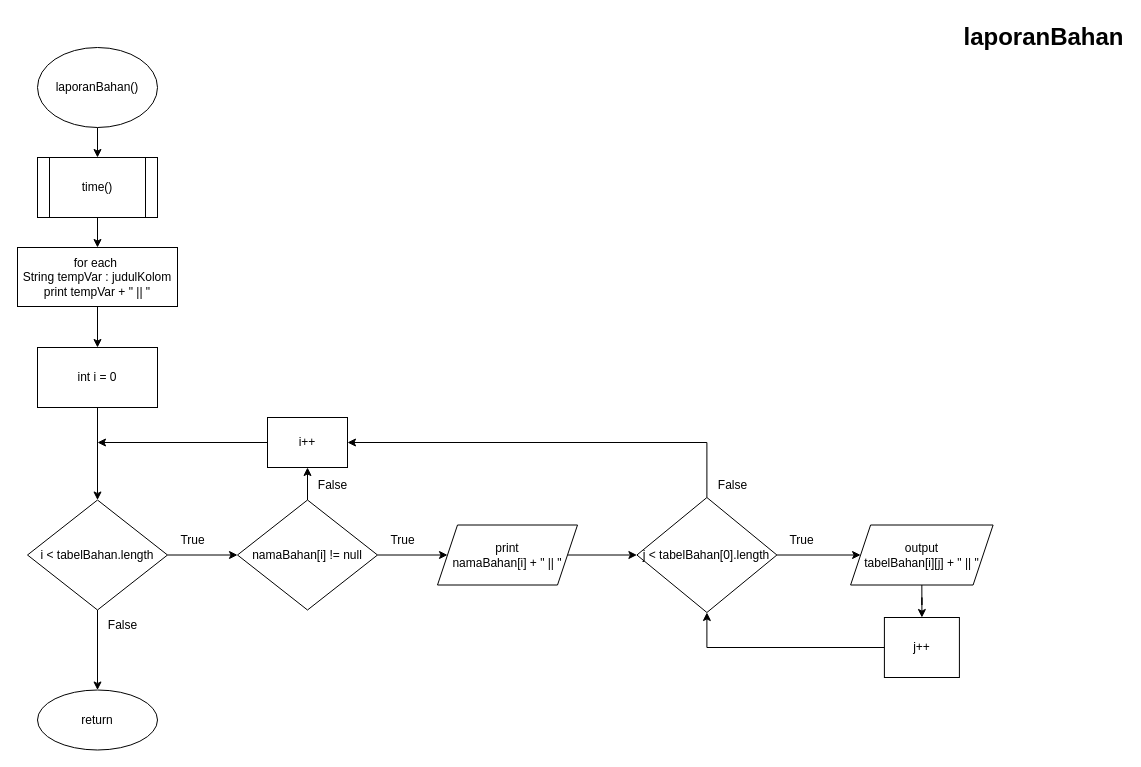
Before: page "laporanBahan" (10 of 10) of Tugas Akhir/Flowchart.drawio in nhaidaar/daspro, a draw.io diagram. Source tidied: cells renumbered, new cells numbered last; positions are measured from the earlier drawing's top-left corner, leaving out a move shared by most shapes. Both pictures are drawn from the tidied source at 100%, with x=0, y=0 at pixel (17, 17).
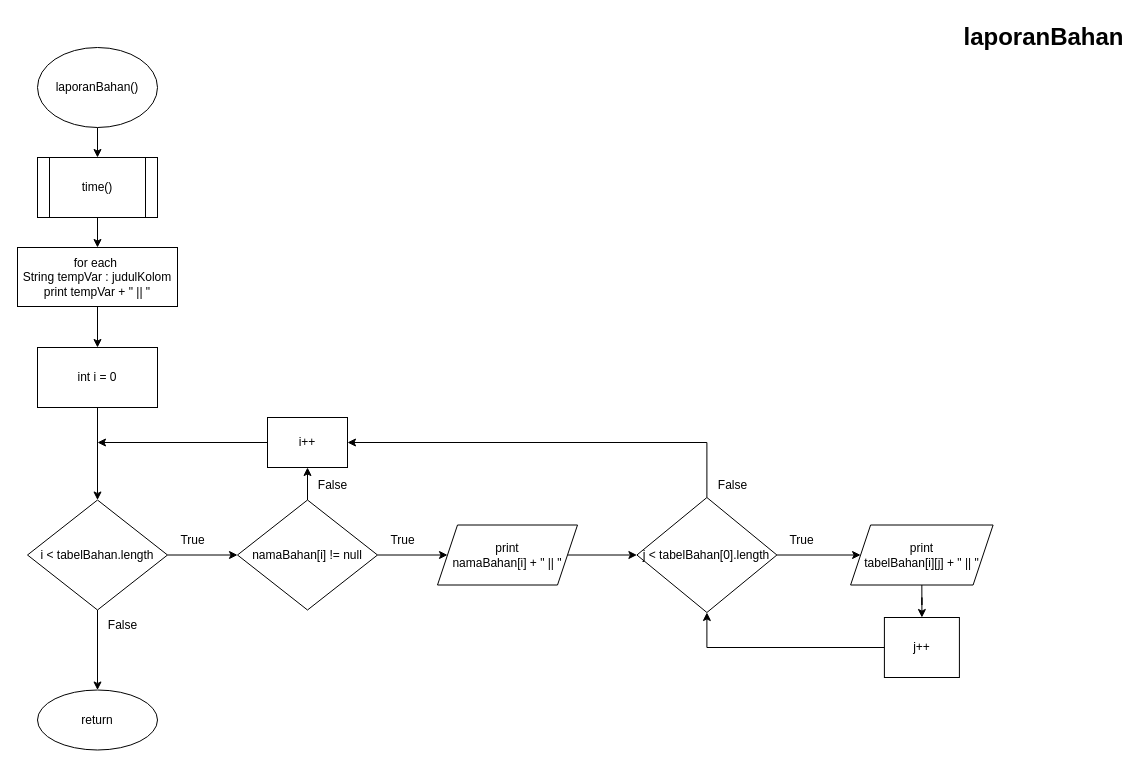
After the change.

Change to the diagram source:
```diff
@@
-    <mxCell id="25" value="&lt;span style=&quot;font-size: 12px;&quot;&gt;output&lt;/span&gt;&lt;br style=&quot;border-color: var(--border-color); font-size: 12px;&quot;&gt;&lt;span style=&quot;font-size: 12px;&quot;&gt;tabelBahan[i][j] + &quot; || &quot;&lt;/span&gt;" style="shape=parallelogram;perimeter=parallelogramPerimeter;whiteSpace=wrap;html=1;fixedSize=1;fontSize=11;" parent="1" vertex="1">
+    <mxCell id="25" value="&lt;span style=&quot;font-size: 12px;&quot;&gt;print&lt;/span&gt;&lt;br style=&quot;border-color: var(--border-color); font-size: 12px;&quot;&gt;&lt;span style=&quot;font-size: 12px;&quot;&gt;tabelBahan[i][j] + &quot; || &quot;&lt;/span&gt;" style="shape=parallelogram;perimeter=parallelogramPerimeter;whiteSpace=wrap;html=1;fixedSize=1;fontSize=11;" parent="1" vertex="1">
       <mxGeometry x="833.1" y="507.5" width="142.5" height="60" as="geometry" />
     </mxCell>
```
